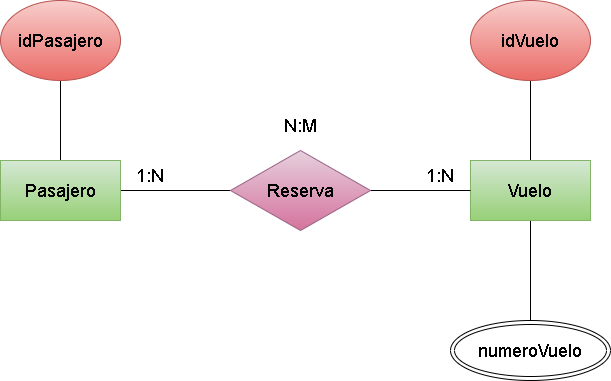
Before: (Unidad-2) (Tarea-3)/img/Ejercicio22.drawio.png, a diagram exported from draw.io (Darkoscurito/Base-de-datos). Source tidied: cells renumbered, new cells last; positions are measured from the earlier drawing's top-left corner, leaving out a move shared by most shapes.
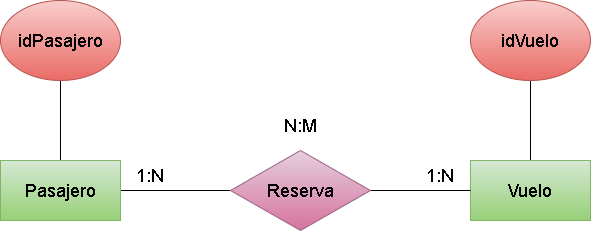
The same file after the commit.

Diff of the diagram source:
```diff
@@ -14,9 +14,6 @@
     <mxCell id="5" style="edgeStyle=none;html=1;fontSize=18;endArrow=none;endFill=0;entryX=0.5;entryY=1;entryDx=0;entryDy=0;" parent="1" edge="1" source="7" target="13">
       <mxGeometry relative="1" as="geometry" />
     </mxCell>
-    <mxCell id="6" style="edgeStyle=none;html=1;fontSize=18;endArrow=none;endFill=0;" parent="1" edge="1" source="7" target="15">
-      <mxGeometry relative="1" as="geometry" />
-    </mxCell>
     <mxCell id="7" value="&lt;font style=&quot;font-size: 18px;&quot;&gt;Vuelo&lt;/font&gt;" style="rounded=0;whiteSpace=wrap;html=1;fillColor=#d5e8d4;gradientColor=#97d077;strokeColor=#82b366;" parent="1" vertex="1">
       <mxGeometry x="470" y="160" width="120" height="60" as="geometry" />
     </mxCell>
@@ -41,8 +38,5 @@
     <mxCell id="14" value="&lt;font style=&quot;font-size: 18px;&quot;&gt;idPasajero&lt;/font&gt;" style="ellipse;whiteSpace=wrap;html=1;fillColor=#f8cecc;gradientColor=#ea6b66;strokeColor=#b85450;" parent="1" vertex="1">
       <mxGeometry width="120" height="80" as="geometry" />
     </mxCell>
-    <mxCell id="15" value="numeroVuelo" style="ellipse;shape=doubleEllipse;whiteSpace=wrap;html=1;fontSize=18;" parent="1" vertex="1">
-      <mxGeometry x="450" y="320" width="160" height="60" as="geometry" />
-    </mxCell>
   </root>
 </mxGraphModel>
```
